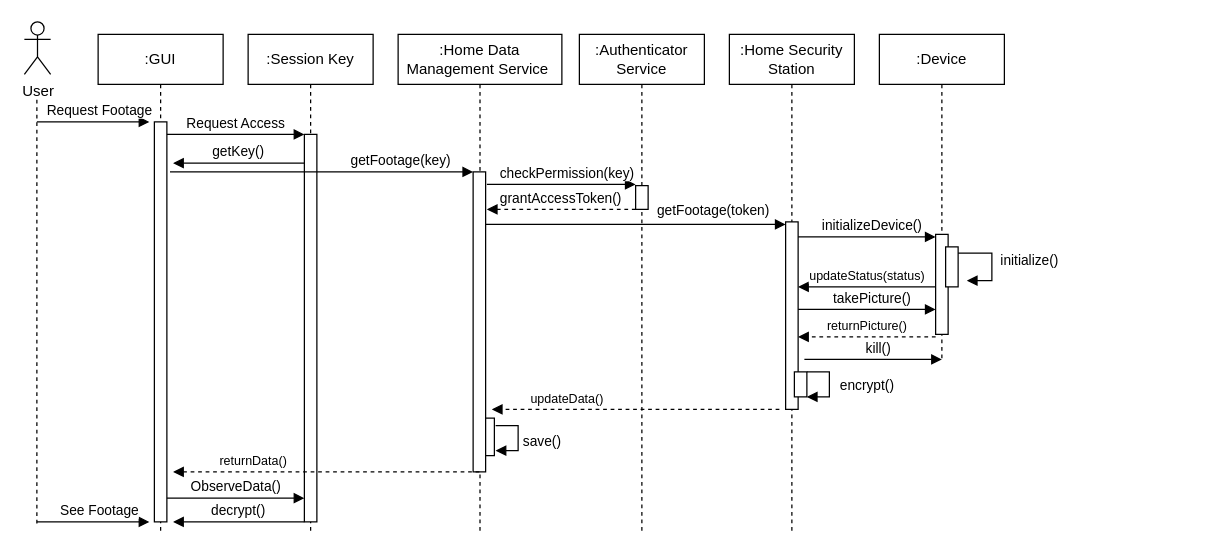
zelcam4ever/SoftwareArch keeps this draw.io diagram as Diagrama sin título.drawio. Above is the earlier version. Source tidied: cells renumbered, new cells numbered last; positions are measured from the earlier drawing's top-left corner, leaving out a move shared by most shapes. Both pictures are drawn from the tidied source at 125%, with x=0, y=0 at pixel (24, 21).
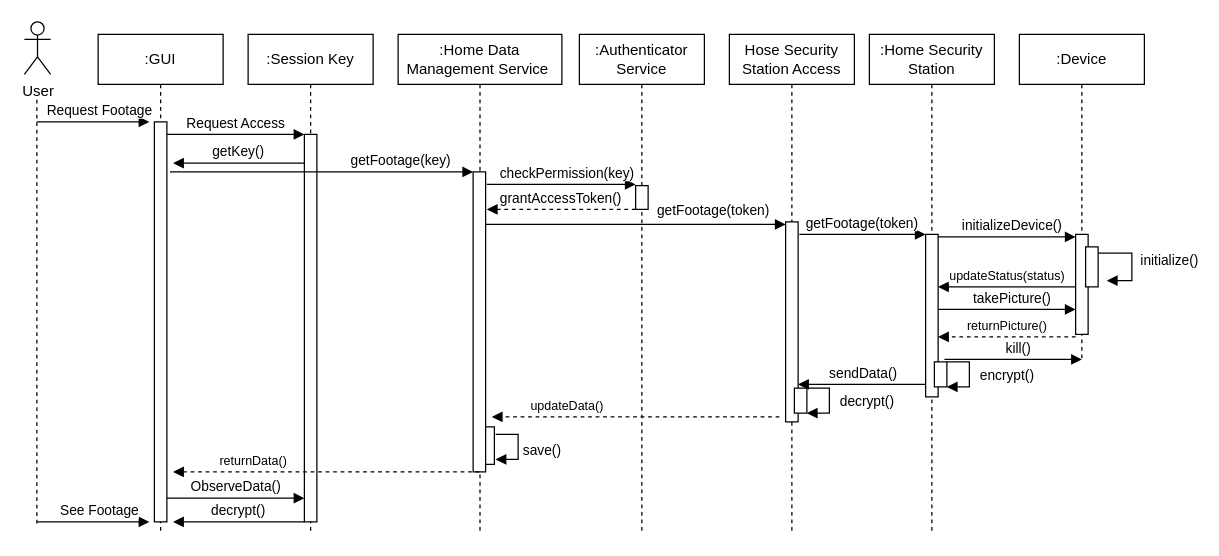
The same diagram, later.

Unchanged cells that the change refers to:
```xml
<mxCell id="8" value=":Home Data Management Service&amp;nbsp;" style="shape=umlLifeline;perimeter=lifelinePerimeter;whiteSpace=wrap;html=1;outlineConnect=0;portConstraint=eastwest;newEdgeStyle={&quot;edgeStyle&quot;:&quot;elbowEdgeStyle&quot;,&quot;elbow&quot;:&quot;vertical&quot;,&quot;curved&quot;:0,&quot;rounded&quot;:0};" parent="1" vertex="1">
  <mxGeometry x="299" y="10" width="131" height="400" as="geometry" />
</mxCell>
```

Diff of the diagram source:
```diff
@@
     <mxCell id="9" style="html=1;perimeter=orthogonalPerimeter;targetShapes=umlLifeline;newEdgeStyle={&quot;edgeStyle&quot;:&quot;elbowEdgeStyle&quot;,&quot;elbow&quot;:&quot;vertical&quot;,&quot;curved&quot;:0,&quot;rounded&quot;:0};" parent="8" vertex="1">
-      <mxGeometry x="67" y="307" width="10" height="30" as="geometry" />
+      <mxGeometry x="67" y="314" width="10" height="30" as="geometry" />
     </mxCell>
@@
     <mxCell id="13" value=":Home Security Station" style="shape=umlLifeline;perimeter=lifelinePerimeter;whiteSpace=wrap;html=1;newEdgeStyle={&quot;edgeStyle&quot;:&quot;elbowEdgeStyle&quot;,&quot;elbow&quot;:&quot;vertical&quot;,&quot;curved&quot;:0,&quot;rounded&quot;:0};" parent="1" vertex="1">
-      <mxGeometry x="564" y="10" width="100" height="400" as="geometry" />
+      <mxGeometry x="676" y="10" width="100" height="400" as="geometry" />
     </mxCell>
     <mxCell id="14" style="html=1;points=[];perimeter=orthogonalPerimeter;outlineConnect=0;targetShapes=umlLifeline;portConstraint=eastwest;newEdgeStyle={&quot;edgeStyle&quot;:&quot;elbowEdgeStyle&quot;,&quot;elbow&quot;:&quot;vertical&quot;,&quot;curved&quot;:0,&quot;rounded&quot;:0};" parent="13" vertex="1">
-      <mxGeometry x="45" y="150" width="10" height="150" as="geometry" />
+      <mxGeometry x="45" y="160" width="10" height="130" as="geometry" />
     </mxCell>
     <mxCell id="15" style="html=1;points=[];perimeter=orthogonalPerimeter;outlineConnect=0;targetShapes=umlLifeline;portConstraint=eastwest;newEdgeStyle={&quot;edgeStyle&quot;:&quot;elbowEdgeStyle&quot;,&quot;elbow&quot;:&quot;vertical&quot;,&quot;curved&quot;:0,&quot;rounded&quot;:0};" parent="13" vertex="1">
-      <mxGeometry x="52" y="270" width="10" height="20" as="geometry" />
+      <mxGeometry x="52" y="262" width="10" height="20" as="geometry" />
     </mxCell>
     <mxCell id="16" value="encrypt()" style="html=1;verticalAlign=bottom;endArrow=block;edgeStyle=elbowEdgeStyle;rounded=0;" parent="13" edge="1" source="15" target="15">
       <mxGeometry x="0.36" y="-30" relative="1" as="geometry">
         <Array as="points">
-          <mxPoint x="80" y="285" />
+          <mxPoint x="80" y="277" />
         </Array>
         <mxPoint x="30" y="30" as="offset" />
       </mxGeometry>
     </mxCell>
     <mxCell id="17" value=":Device" style="shape=umlLifeline;perimeter=lifelinePerimeter;whiteSpace=wrap;html=1;newEdgeStyle={&quot;edgeStyle&quot;:&quot;elbowEdgeStyle&quot;,&quot;elbow&quot;:&quot;vertical&quot;,&quot;curved&quot;:0,&quot;rounded&quot;:0};" parent="1" vertex="1">
-      <mxGeometry x="684" y="10" width="100" height="260" as="geometry" />
+      <mxGeometry x="796" y="10" width="100" height="260" as="geometry" />
     </mxCell>
@@
     <mxCell id="25" value="initializeDevice()" style="html=1;verticalAlign=bottom;endArrow=block;edgeStyle=elbowEdgeStyle;elbow=vertical;curved=0;rounded=0;" parent="1" edge="1">
       <mxGeometry x="0.08" relative="1" as="geometry">
-        <mxPoint x="619" y="172" as="sourcePoint" />
-        <mxPoint x="729" y="172" as="targetPoint" />
+        <mxPoint x="731" y="172" as="sourcePoint" />
+        <mxPoint x="841" y="172" as="targetPoint" />
         <Array as="points">
-          <mxPoint x="676" y="172" />
-          <mxPoint x="688.5" y="182" />
+          <mxPoint x="788" y="172" />
+          <mxPoint x="800.5" y="182" />
         </Array>
       </mxGeometry>
     </mxCell>
     <mxCell id="26" value="&lt;font style=&quot;font-size: 10px;&quot;&gt;updateStatus(status)&lt;/font&gt;" style="html=1;verticalAlign=bottom;endArrow=block;edgeStyle=elbowEdgeStyle;elbow=vertical;curved=0;rounded=0;" parent="1" edge="1">
       <mxGeometry relative="1" as="geometry">
-        <mxPoint x="729" y="212" as="sourcePoint" />
-        <mxPoint x="619" y="212" as="targetPoint" />
+        <mxPoint x="841" y="212" as="sourcePoint" />
+        <mxPoint x="731" y="212" as="targetPoint" />
         <Array as="points">
-          <mxPoint x="724" y="212" />
+          <mxPoint x="836" y="212" />
         </Array>
       </mxGeometry>
     </mxCell>
     <mxCell id="27" value="takePicture()" style="html=1;verticalAlign=bottom;endArrow=block;edgeStyle=elbowEdgeStyle;elbow=vertical;curved=0;rounded=0;" parent="1" edge="1">
       <mxGeometry x="0.08" relative="1" as="geometry">
-        <mxPoint x="619" y="230" as="sourcePoint" />
-        <mxPoint x="729" y="230" as="targetPoint" />
+        <mxPoint x="731" y="230" as="sourcePoint" />
+        <mxPoint x="841" y="230" as="targetPoint" />
         <Array as="points">
-          <mxPoint x="681" y="230" />
-          <mxPoint x="693.5" y="240" />
+          <mxPoint x="793" y="230" />
+          <mxPoint x="805.5" y="240" />
         </Array>
       </mxGeometry>
     </mxCell>
     <mxCell id="28" value="&lt;font style=&quot;font-size: 10px;&quot;&gt;returnPicture()&lt;/font&gt;" style="html=1;verticalAlign=bottom;endArrow=block;edgeStyle=elbowEdgeStyle;elbow=vertical;curved=0;rounded=0;dashed=1;" parent="1" edge="1">
       <mxGeometry relative="1" as="geometry">
-        <mxPoint x="729" y="252" as="sourcePoint" />
-        <mxPoint x="619" y="252" as="targetPoint" />
+        <mxPoint x="841" y="252" as="sourcePoint" />
+        <mxPoint x="731" y="252" as="targetPoint" />
         <Array as="points">
-          <mxPoint x="724" y="252" />
+          <mxPoint x="836" y="252" />
         </Array>
       </mxGeometry>
     </mxCell>
     <mxCell id="29" value="kill()" style="html=1;verticalAlign=bottom;endArrow=block;edgeStyle=elbowEdgeStyle;elbow=vertical;curved=0;rounded=0;" parent="1" edge="1">
       <mxGeometry x="0.08" relative="1" as="geometry">
-        <mxPoint x="624" y="270" as="sourcePoint" />
-        <mxPoint x="734" y="270" as="targetPoint" />
+        <mxPoint x="736" y="270" as="sourcePoint" />
+        <mxPoint x="846" y="270" as="targetPoint" />
         <Array as="points">
-          <mxPoint x="686" y="270" />
-          <mxPoint x="698.5" y="280" />
+          <mxPoint x="798" y="270" />
+          <mxPoint x="810.5" y="280" />
         </Array>
       </mxGeometry>
     </mxCell>
     <mxCell id="30" value="&lt;font style=&quot;font-size: 10px;&quot;&gt;updateData()&lt;/font&gt;" style="html=1;verticalAlign=bottom;endArrow=block;edgeStyle=elbowEdgeStyle;elbow=vertical;curved=0;rounded=0;dashed=1;" parent="1" edge="1">
       <mxGeometry x="0.48" relative="1" as="geometry">
-        <mxPoint x="604" y="310" as="sourcePoint" />
-        <mxPoint x="374" y="310" as="targetPoint" />
+        <mxPoint x="604" y="316" as="sourcePoint" />
+        <mxPoint x="374" y="316" as="targetPoint" />
         <Array as="points">
-          <mxPoint x="599" y="310" />
+          <mxPoint x="599" y="316" />
         </Array>
       </mxGeometry>
     </mxCell>
     <mxCell id="31" value="save()" style="html=1;verticalAlign=bottom;endArrow=block;edgeStyle=elbowEdgeStyle;rounded=0;" parent="1" edge="1">
       <mxGeometry x="0.36" y="19" relative="1" as="geometry">
-        <mxPoint x="377" y="323" as="sourcePoint" />
-        <mxPoint x="377" y="343" as="targetPoint" />
+        <mxPoint x="377" y="330" as="sourcePoint" />
+        <mxPoint x="377" y="350" as="targetPoint" />
         <Array as="points">
-          <mxPoint x="395" y="333" />
+          <mxPoint x="395" y="340" />
         </Array>
         <mxPoint x="19" y="-17" as="offset" />
       </mxGeometry>
     </mxCell>
@@
+    <mxCell id="39" value="Hose Security Station Access" style="shape=umlLifeline;perimeter=lifelinePerimeter;whiteSpace=wrap;html=1;newEdgeStyle={&quot;edgeStyle&quot;:&quot;elbowEdgeStyle&quot;,&quot;elbow&quot;:&quot;vertical&quot;,&quot;curved&quot;:0,&quot;rounded&quot;:0};" parent="1" vertex="1">
+      <mxGeometry x="564" y="10" width="100" height="400" as="geometry" />
+    </mxCell>
+    <mxCell id="40" style="html=1;perimeter=orthogonalPerimeter;targetShapes=umlLifeline;newEdgeStyle={&quot;edgeStyle&quot;:&quot;elbowEdgeStyle&quot;,&quot;elbow&quot;:&quot;vertical&quot;,&quot;curved&quot;:0,&quot;rounded&quot;:0};" parent="39" vertex="1">
+      <mxGeometry x="45" y="150" width="10" height="160" as="geometry" />
+    </mxCell>
+    <mxCell id="41" style="html=1;points=[];perimeter=orthogonalPerimeter;outlineConnect=0;targetShapes=umlLifeline;portConstraint=eastwest;newEdgeStyle={&quot;edgeStyle&quot;:&quot;elbowEdgeStyle&quot;,&quot;elbow&quot;:&quot;vertical&quot;,&quot;curved&quot;:0,&quot;rounded&quot;:0};" parent="39" vertex="1">
+      <mxGeometry x="52" y="283" width="10" height="20" as="geometry" />
+    </mxCell>
+    <mxCell id="42" value="decrypt()" style="html=1;verticalAlign=bottom;endArrow=block;edgeStyle=elbowEdgeStyle;rounded=0;" parent="39" edge="1" source="41" target="41">
+      <mxGeometry x="0.36" y="-30" relative="1" as="geometry">
+        <Array as="points">
+          <mxPoint x="80" y="285" />
+        </Array>
+        <mxPoint x="30" y="30" as="offset" />
+      </mxGeometry>
+    </mxCell>
+    <mxCell id="43" value="getFootage(token)" style="html=1;verticalAlign=bottom;endArrow=block;edgeStyle=elbowEdgeStyle;elbow=vertical;curved=0;rounded=0;" parent="1" edge="1" target="14">
+      <mxGeometry x="-0.01" relative="1" as="geometry">
+        <mxPoint x="620" y="170" as="sourcePoint" />
+        <Array as="points">
+          <mxPoint x="650" y="170" />
+          <mxPoint x="697.5" y="180" />
+        </Array>
+      </mxGeometry>
+    </mxCell>
+    <mxCell id="44" value="sendData()" style="html=1;verticalAlign=bottom;endArrow=block;edgeStyle=elbowEdgeStyle;elbow=vertical;curved=0;rounded=0;" parent="1" edge="1">
+      <mxGeometry x="-0.01" relative="1" as="geometry">
+        <mxPoint x="721" y="290" as="sourcePoint" />
+        <mxPoint x="619" y="290" as="targetPoint" />
+        <Array as="points">
+          <mxPoint x="707.5" y="290" />
+        </Array>
+      </mxGeometry>
+    </mxCell>
```
